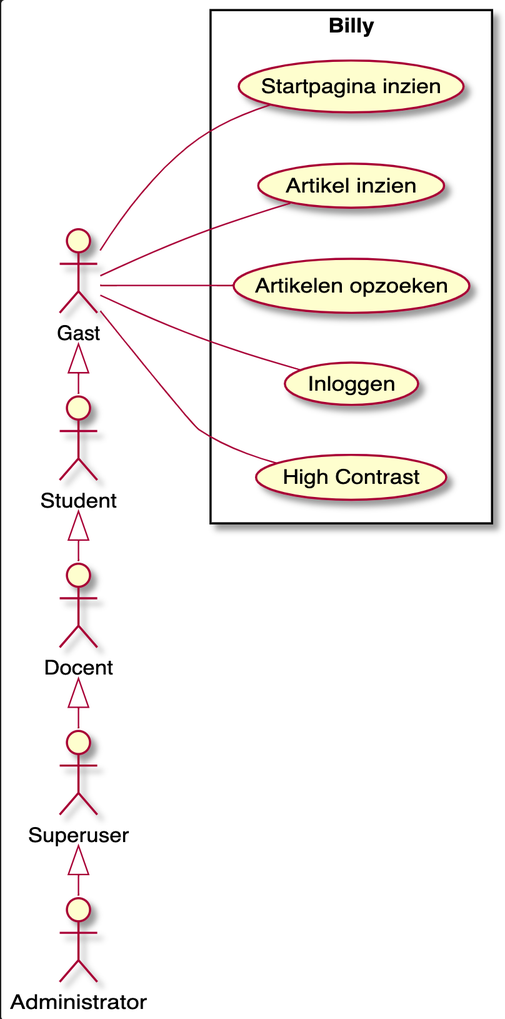
This is documentation/uml/use-case/use-case.png from software-strijders/billy, a PlantUML export, as it was before one commit. Its source is kept beside it as documentation/uml/use-case/use-case.plantuml.
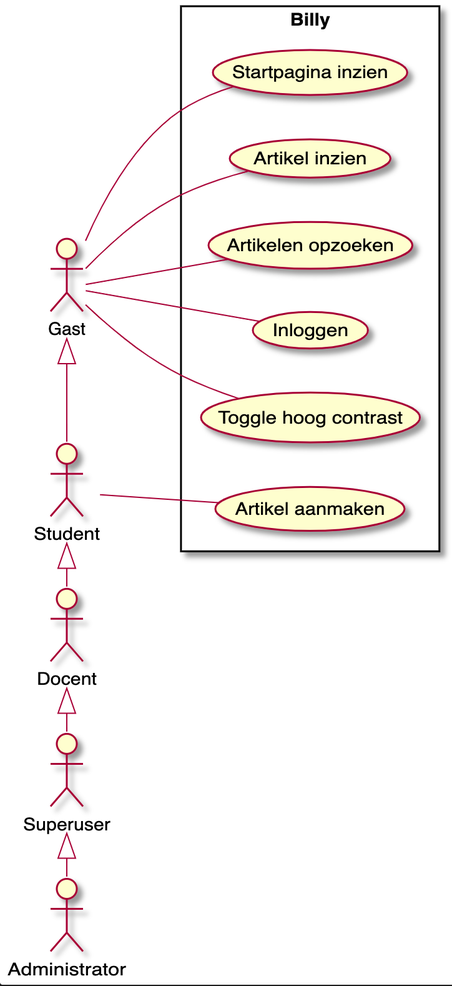
The same diagram one commit later.

Commit message:
Fix aside and sidebar not corresponding

Fixed the issue where the sidebar wouldn't
have borders on the right and the left side.
Also fixed that the aside didn't change to
high contrast mode.

Change to the diagram source:
```diff
@@ -1,4 +1,4 @@
-@startuml use-case-diagram
+@startuml usecase
 
 left to right direction
 
@@ -7,7 +7,8 @@
   usecase "Artikel inzien" as UC2
   usecase "Artikelen opzoeken" as UC3
   usecase "Inloggen" as UC4
-  usecase "Artikel aanmaken" as UC5
+  usecase "Toggle hoog contrast" as UC5
+  usecase "Artikel aanmaken" as UC6
 }
 
 actor Gast as g
@@ -21,9 +22,10 @@
 g <|-right- s
 g -- UC3
 g -- UC4
+g -- UC5
 
 s <|-right- d
-s -- UC5
+s -- UC6
 
 d <|-right- su
 
```
